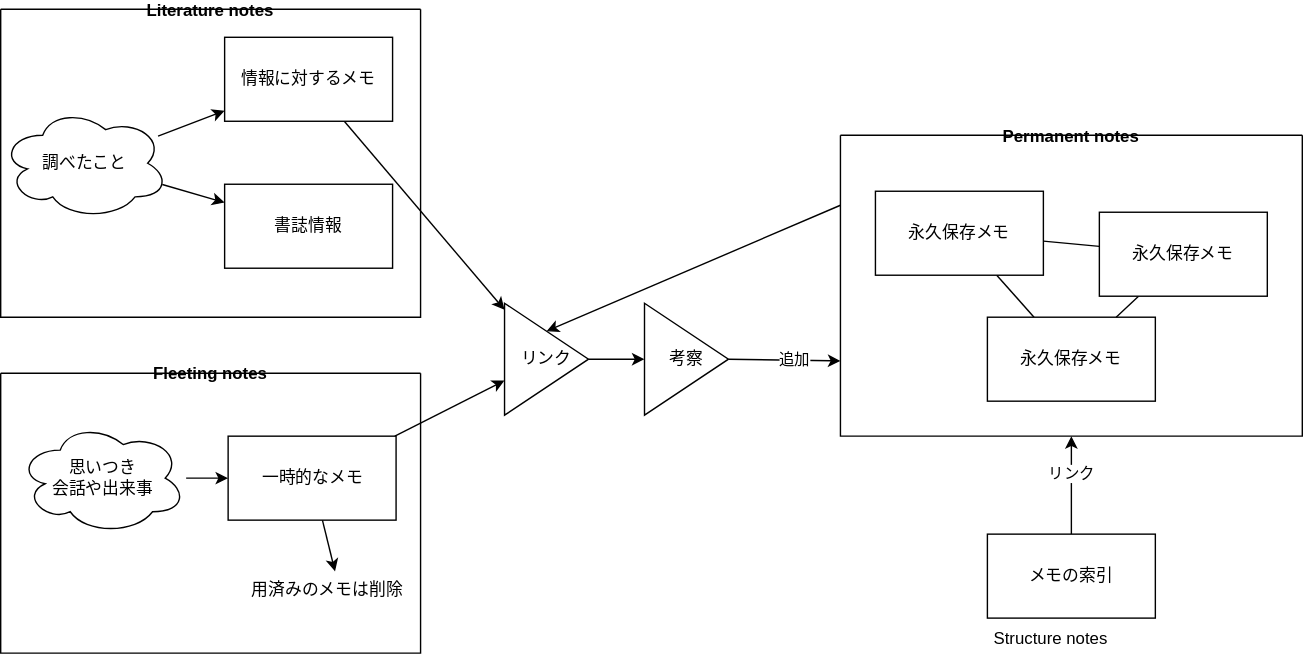
Above: images/20240504-flow.drawio.svg in kijimaD/roam (draw.io), before the change. Source tidied: cells renumbered, new cells last; positions are measured from the earlier drawing's top-left corner, leaving out a move shared by most shapes. Its diagram source:
```xml
<mxGraphModel>
  <root>
    <mxCell id="0" />
    <mxCell id="1" parent="0" />
    <mxCell id="2" style="edgeStyle=orthogonalEdgeStyle;rounded=0;jettySize=auto;html=1;" parent="1" edge="1" source="6" target="5">
      <mxGeometry relative="1" as="geometry" />
    </mxCell>
    <mxCell id="3" style="edgeStyle=none;html=1;entryX=0.549;entryY=0.054;entryDx=0;entryDy=0;entryPerimeter=0;endArrow=classic;endFill=1;" parent="1" edge="1" source="5" target="21">
      <mxGeometry relative="1" as="geometry" />
    </mxCell>
    <mxCell id="4" style="edgeStyle=none;html=1;endArrow=classic;endFill=1;" parent="1" edge="1" source="5" target="25">
      <mxGeometry relative="1" as="geometry" />
    </mxCell>
    <mxCell id="5" value="一時的なメモ" style="whiteSpace=wrap;html=1;" parent="1" vertex="1">
      <mxGeometry x="162.5" y="305" width="120" height="60" as="geometry" />
    </mxCell>
    <mxCell id="6" value="思いつき&lt;br&gt;会話や出来事" style="ellipse;shape=cloud;whiteSpace=wrap;html=1;" parent="1" vertex="1">
      <mxGeometry x="12.5" y="295" width="120" height="80" as="geometry" />
    </mxCell>
    <mxCell id="7" style="rounded=0;jettySize=auto;html=1;" parent="1" edge="1" source="9" target="11">
      <mxGeometry relative="1" as="geometry" />
    </mxCell>
    <mxCell id="8" style="rounded=0;jettySize=auto;html=1;" parent="1" edge="1" source="9" target="12">
      <mxGeometry relative="1" as="geometry" />
    </mxCell>
    <mxCell id="9" value="調べたこと" style="ellipse;shape=cloud;whiteSpace=wrap;html=1;" parent="1" vertex="1">
      <mxGeometry y="70" width="120" height="80" as="geometry" />
    </mxCell>
    <mxCell id="10" style="edgeStyle=none;html=1;endArrow=classic;endFill=1;" parent="1" edge="1" source="11" target="25">
      <mxGeometry relative="1" as="geometry" />
    </mxCell>
    <mxCell id="11" value="情報に対するメモ" style="whiteSpace=wrap;html=1;" parent="1" vertex="1">
      <mxGeometry x="160" y="20" width="120" height="60" as="geometry" />
    </mxCell>
    <mxCell id="12" value="書誌情報" style="whiteSpace=wrap;html=1;" parent="1" vertex="1">
      <mxGeometry x="160" y="125" width="120" height="60" as="geometry" />
    </mxCell>
    <mxCell id="13" style="edgeStyle=none;html=1;endArrow=none;endFill=0;" parent="1" edge="1" source="15" target="16">
      <mxGeometry relative="1" as="geometry" />
    </mxCell>
    <mxCell id="14" style="edgeStyle=none;html=1;endArrow=none;endFill=0;" parent="1" edge="1" source="15" target="18">
      <mxGeometry relative="1" as="geometry" />
    </mxCell>
    <mxCell id="15" value="永久保存メモ" style="whiteSpace=wrap;html=1;" parent="1" vertex="1">
      <mxGeometry x="625" y="130" width="120" height="60" as="geometry" />
    </mxCell>
    <mxCell id="16" value="永久保存メモ" style="whiteSpace=wrap;html=1;" parent="1" vertex="1">
      <mxGeometry x="705" y="220" width="120" height="60" as="geometry" />
    </mxCell>
    <mxCell id="17" style="edgeStyle=none;html=1;endArrow=none;endFill=0;" parent="1" edge="1" source="18" target="16">
      <mxGeometry relative="1" as="geometry" />
    </mxCell>
    <mxCell id="18" value="永久保存メモ" style="whiteSpace=wrap;html=1;" parent="1" vertex="1">
      <mxGeometry x="785" y="145" width="120" height="60" as="geometry" />
    </mxCell>
    <mxCell id="19" style="edgeStyle=none;html=1;endArrow=classic;endFill=1;entryX=0.5;entryY=1;entryDx=0;entryDy=0;" parent="1" edge="1" source="32" target="23">
      <mxGeometry relative="1" as="geometry" />
    </mxCell>
    <mxCell id="20" value="リンク" style="edgeLabel;html=1;align=center;verticalAlign=middle;" parent="19" vertex="1">
      <mxGeometry x="0.25" relative="1" as="geometry" />
    </mxCell>
    <mxCell id="21" value="用済みのメモは削除" style="text;html=1;align=center;verticalAlign=middle;points=[];strokeColor=none;fillColor=none;" parent="1" vertex="1">
      <mxGeometry x="167.5" y="400" width="130" height="30" as="geometry" />
    </mxCell>
    <mxCell id="22" style="edgeStyle=none;html=1;entryX=0.5;entryY=0;entryDx=0;entryDy=0;endArrow=classic;endFill=1;" parent="1" edge="1" target="25">
      <mxGeometry relative="1" as="geometry">
        <mxPoint x="600" y="140" as="sourcePoint" />
      </mxGeometry>
    </mxCell>
    <mxCell id="23" value="Permanent notes" style="swimlane;startSize=0;" parent="1" vertex="1">
      <mxGeometry x="600" y="90" width="330" height="215" as="geometry" />
    </mxCell>
    <mxCell id="24" style="edgeStyle=none;html=1;endArrow=classic;endFill=1;" parent="1" edge="1" source="25" target="30">
      <mxGeometry relative="1" as="geometry" />
    </mxCell>
    <mxCell id="25" value="リンク" style="triangle;whiteSpace=wrap;html=1;" parent="1" vertex="1">
      <mxGeometry x="360" y="210" width="60" height="80" as="geometry" />
    </mxCell>
    <mxCell id="26" value="Literature notes" style="swimlane;startSize=0;" parent="1" vertex="1">
      <mxGeometry width="300" height="220" as="geometry" />
    </mxCell>
    <mxCell id="27" value="Fleeting notes" style="swimlane;startSize=0;" parent="1" vertex="1">
      <mxGeometry y="260" width="300" height="200" as="geometry" />
    </mxCell>
    <mxCell id="28" style="edgeStyle=none;html=1;endArrow=classic;endFill=1;exitX=1;exitY=0.5;exitDx=0;exitDy=0;entryX=0;entryY=0.75;entryDx=0;entryDy=0;" parent="1" edge="1" source="30" target="23">
      <mxGeometry relative="1" as="geometry" />
    </mxCell>
    <mxCell id="29" value="追加" style="edgeLabel;html=1;align=center;verticalAlign=middle;" parent="28" vertex="1">
      <mxGeometry x="0.17" relative="1" as="geometry" />
    </mxCell>
    <mxCell id="30" value="考察" style="triangle;whiteSpace=wrap;html=1;" parent="1" vertex="1">
      <mxGeometry x="460" y="210" width="60" height="80" as="geometry" />
    </mxCell>
    <mxCell id="31" style="group;" parent="1" vertex="1">
      <mxGeometry x="700" y="375" width="125" height="90" as="geometry" />
    </mxCell>
    <mxCell id="32" value="メモの索引" style="whiteSpace=wrap;html=1;" parent="31" vertex="1">
      <mxGeometry x="5" width="120" height="60" as="geometry" />
    </mxCell>
    <mxCell id="33" value="Structure notes" style="text;html=1;align=center;verticalAlign=middle;strokeColor=none;fillColor=none;" parent="31" vertex="1">
      <mxGeometry y="60" width="100" height="30" as="geometry" />
    </mxCell>
  </root>
</mxGraphModel>
```
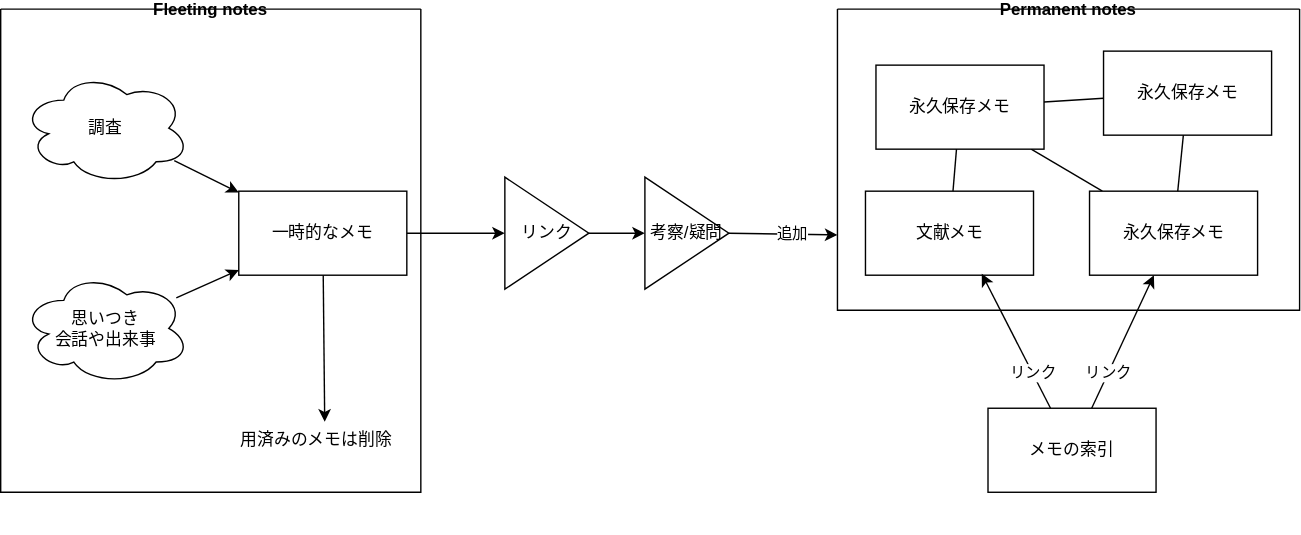
After the change.

Change to the diagram source:
```diff
@@ -2,39 +2,9 @@
   <root>
     <mxCell id="0" />
     <mxCell id="1" parent="0" />
-    <mxCell id="2" style="edgeStyle=orthogonalEdgeStyle;rounded=0;jettySize=auto;html=1;" parent="1" edge="1" source="6" target="5">
-      <mxGeometry relative="1" as="geometry" />
-    </mxCell>
-    <mxCell id="3" style="edgeStyle=none;html=1;entryX=0.549;entryY=0.054;entryDx=0;entryDy=0;entryPerimeter=0;endArrow=classic;endFill=1;" parent="1" edge="1" source="5" target="21">
-      <mxGeometry relative="1" as="geometry" />
-    </mxCell>
     <mxCell id="4" style="edgeStyle=none;html=1;endArrow=classic;endFill=1;" parent="1" edge="1" source="5" target="25">
       <mxGeometry relative="1" as="geometry" />
     </mxCell>
-    <mxCell id="5" value="一時的なメモ" style="whiteSpace=wrap;html=1;" parent="1" vertex="1">
-      <mxGeometry x="162.5" y="305" width="120" height="60" as="geometry" />
-    </mxCell>
-    <mxCell id="6" value="思いつき&lt;br&gt;会話や出来事" style="ellipse;shape=cloud;whiteSpace=wrap;html=1;" parent="1" vertex="1">
-      <mxGeometry x="12.5" y="295" width="120" height="80" as="geometry" />
-    </mxCell>
-    <mxCell id="7" style="rounded=0;jettySize=auto;html=1;" parent="1" edge="1" source="9" target="11">
-      <mxGeometry relative="1" as="geometry" />
-    </mxCell>
-    <mxCell id="8" style="rounded=0;jettySize=auto;html=1;" parent="1" edge="1" source="9" target="12">
-      <mxGeometry relative="1" as="geometry" />
-    </mxCell>
-    <mxCell id="9" value="調べたこと" style="ellipse;shape=cloud;whiteSpace=wrap;html=1;" parent="1" vertex="1">
-      <mxGeometry y="70" width="120" height="80" as="geometry" />
-    </mxCell>
-    <mxCell id="10" style="edgeStyle=none;html=1;endArrow=classic;endFill=1;" parent="1" edge="1" source="11" target="25">
-      <mxGeometry relative="1" as="geometry" />
-    </mxCell>
-    <mxCell id="11" value="情報に対するメモ" style="whiteSpace=wrap;html=1;" parent="1" vertex="1">
-      <mxGeometry x="160" y="20" width="120" height="60" as="geometry" />
-    </mxCell>
-    <mxCell id="12" value="書誌情報" style="whiteSpace=wrap;html=1;" parent="1" vertex="1">
-      <mxGeometry x="160" y="125" width="120" height="60" as="geometry" />
-    </mxCell>
     <mxCell id="13" style="edgeStyle=none;html=1;endArrow=none;endFill=0;" parent="1" edge="1" source="15" target="16">
       <mxGeometry relative="1" as="geometry" />
     </mxCell>
@@ -44,51 +14,64 @@
     <mxCell id="15" value="永久保存メモ" style="whiteSpace=wrap;html=1;" parent="1" vertex="1">
       <mxGeometry x="625" y="130" width="120" height="60" as="geometry" />
     </mxCell>
+    <mxCell id="19" style="edgeStyle=none;html=1;endArrow=classic;endFill=1;" parent="1" edge="1" source="32" target="16">
+      <mxGeometry relative="1" as="geometry" />
+    </mxCell>
+    <mxCell id="34" value="リンク" style="edgeLabel;html=1;align=center;verticalAlign=middle;" parent="19" vertex="1">
+      <mxGeometry x="-0.47" relative="1" as="geometry" />
+    </mxCell>
+    <mxCell id="23" value="Permanent notes" style="swimlane;startSize=0;" parent="1" vertex="1">
+      <mxGeometry x="597.5" y="90" width="330" height="215" as="geometry" />
+    </mxCell>
-    <mxCell id="16" value="永久保存メモ" style="whiteSpace=wrap;html=1;" parent="1" vertex="1">
-      <mxGeometry x="705" y="220" width="120" height="60" as="geometry" />
+    <mxCell id="16" value="永久保存メモ" style="whiteSpace=wrap;html=1;" parent="23" vertex="1">
+      <mxGeometry x="180" y="130" width="120" height="60" as="geometry" />
     </mxCell>
+    <mxCell id="18" value="永久保存メモ" style="whiteSpace=wrap;html=1;" parent="23" vertex="1">
+      <mxGeometry x="190" y="30" width="120" height="60" as="geometry" />
+    </mxCell>
-    <mxCell id="17" style="edgeStyle=none;html=1;endArrow=none;endFill=0;" parent="1" edge="1" source="18" target="16">
+    <mxCell id="17" style="edgeStyle=none;html=1;endArrow=none;endFill=0;" parent="23" edge="1" source="18" target="16">
       <mxGeometry relative="1" as="geometry" />
     </mxCell>
-    <mxCell id="18" value="永久保存メモ" style="whiteSpace=wrap;html=1;" parent="1" vertex="1">
-      <mxGeometry x="785" y="145" width="120" height="60" as="geometry" />
-    </mxCell>
-    <mxCell id="19" style="edgeStyle=none;html=1;endArrow=classic;endFill=1;entryX=0.5;entryY=1;entryDx=0;entryDy=0;" parent="1" edge="1" source="32" target="23">
-      <mxGeometry relative="1" as="geometry" />
-    </mxCell>
-    <mxCell id="20" value="リンク" style="edgeLabel;html=1;align=center;verticalAlign=middle;" parent="19" vertex="1">
-      <mxGeometry x="0.25" relative="1" as="geometry" />
-    </mxCell>
-    <mxCell id="21" value="用済みのメモは削除" style="text;html=1;align=center;verticalAlign=middle;points=[];strokeColor=none;fillColor=none;" parent="1" vertex="1">
-      <mxGeometry x="167.5" y="400" width="130" height="30" as="geometry" />
-    </mxCell>
-    <mxCell id="22" style="edgeStyle=none;html=1;entryX=0.5;entryY=0;entryDx=0;entryDy=0;endArrow=classic;endFill=1;" parent="1" edge="1" target="25">
-      <mxGeometry relative="1" as="geometry">
-        <mxPoint x="600" y="140" as="sourcePoint" />
-      </mxGeometry>
-    </mxCell>
-    <mxCell id="23" value="Permanent notes" style="swimlane;startSize=0;" parent="1" vertex="1">
-      <mxGeometry x="600" y="90" width="330" height="215" as="geometry" />
-    </mxCell>
+    <mxCell id="35" value="文献メモ" style="whiteSpace=wrap;html=1;" parent="23" vertex="1">
+      <mxGeometry x="20" y="130" width="120" height="60" as="geometry" />
+    </mxCell>
     <mxCell id="24" style="edgeStyle=none;html=1;endArrow=classic;endFill=1;" parent="1" edge="1" source="25" target="30">
       <mxGeometry relative="1" as="geometry" />
     </mxCell>
     <mxCell id="25" value="リンク" style="triangle;whiteSpace=wrap;html=1;" parent="1" vertex="1">
       <mxGeometry x="360" y="210" width="60" height="80" as="geometry" />
     </mxCell>
-    <mxCell id="26" value="Literature notes" style="swimlane;startSize=0;" parent="1" vertex="1">
-      <mxGeometry width="300" height="220" as="geometry" />
-    </mxCell>
     <mxCell id="27" value="Fleeting notes" style="swimlane;startSize=0;" parent="1" vertex="1">
-      <mxGeometry y="260" width="300" height="200" as="geometry" />
+      <mxGeometry y="90" width="300" height="345" as="geometry" />
     </mxCell>
+    <mxCell id="5" value="一時的なメモ" style="whiteSpace=wrap;html=1;" parent="27" vertex="1">
+      <mxGeometry x="170" y="130" width="120" height="60" as="geometry" />
+    </mxCell>
+    <mxCell id="6" value="思いつき&lt;br&gt;会話や出来事" style="ellipse;shape=cloud;whiteSpace=wrap;html=1;" parent="27" vertex="1">
+      <mxGeometry x="15" y="188" width="120" height="80" as="geometry" />
+    </mxCell>
+    <mxCell id="2" style="rounded=0;jettySize=auto;html=1;" parent="27" edge="1" source="6" target="5">
+      <mxGeometry relative="1" as="geometry" />
+    </mxCell>
+    <mxCell id="21" value="用済みのメモは削除" style="text;html=1;align=center;verticalAlign=middle;points=[];strokeColor=none;fillColor=none;" parent="27" vertex="1">
+      <mxGeometry x="160" y="293" width="130" height="30" as="geometry" />
+    </mxCell>
+    <mxCell id="3" style="edgeStyle=none;html=1;entryX=0.549;entryY=0.054;entryDx=0;entryDy=0;entryPerimeter=0;endArrow=classic;endFill=1;" parent="27" edge="1" source="5" target="21">
+      <mxGeometry relative="1" as="geometry" />
+    </mxCell>
+    <mxCell id="36" style="edgeStyle=none;html=1;endArrow=classic;endFill=1;" parent="27" edge="1" source="37" target="5">
+      <mxGeometry relative="1" as="geometry" />
+    </mxCell>
+    <mxCell id="37" value="調査" style="ellipse;shape=cloud;whiteSpace=wrap;html=1;" parent="27" vertex="1">
+      <mxGeometry x="15" y="45" width="120" height="80" as="geometry" />
+    </mxCell>
     <mxCell id="28" style="edgeStyle=none;html=1;endArrow=classic;endFill=1;exitX=1;exitY=0.5;exitDx=0;exitDy=0;entryX=0;entryY=0.75;entryDx=0;entryDy=0;" parent="1" edge="1" source="30" target="23">
       <mxGeometry relative="1" as="geometry" />
     </mxCell>
     <mxCell id="29" value="追加" style="edgeLabel;html=1;align=center;verticalAlign=middle;" parent="28" vertex="1">
       <mxGeometry x="0.17" relative="1" as="geometry" />
     </mxCell>
-    <mxCell id="30" value="考察" style="triangle;whiteSpace=wrap;html=1;" parent="1" vertex="1">
+    <mxCell id="30" value="考察/疑問" style="triangle;whiteSpace=wrap;html=1;" parent="1" vertex="1">
       <mxGeometry x="460" y="210" width="60" height="80" as="geometry" />
     </mxCell>
     <mxCell id="31" style="group;" parent="1" vertex="1">
@@ -97,8 +80,14 @@
     <mxCell id="32" value="メモの索引" style="whiteSpace=wrap;html=1;" parent="31" vertex="1">
       <mxGeometry x="5" width="120" height="60" as="geometry" />
     </mxCell>
-    <mxCell id="33" value="Structure notes" style="text;html=1;align=center;verticalAlign=middle;strokeColor=none;fillColor=none;" parent="31" vertex="1">
-      <mxGeometry y="60" width="100" height="30" as="geometry" />
-    </mxCell>
+    <mxCell id="38" style="edgeStyle=none;html=1;endArrow=none;endFill=0;" parent="1" edge="1" source="35" target="15">
+      <mxGeometry relative="1" as="geometry" />
+    </mxCell>
+    <mxCell id="39" style="edgeStyle=none;html=1;entryX=0.692;entryY=0.983;entryDx=0;entryDy=0;entryPerimeter=0;endArrow=classic;endFill=1;" parent="1" edge="1" source="32" target="35">
+      <mxGeometry relative="1" as="geometry" />
+    </mxCell>
+    <mxCell id="40" value="リンク" style="edgeLabel;html=1;align=center;verticalAlign=middle;" parent="39" vertex="1">
+      <mxGeometry x="-0.45" relative="1" as="geometry" />
+    </mxCell>
   </root>
 </mxGraphModel>
```
